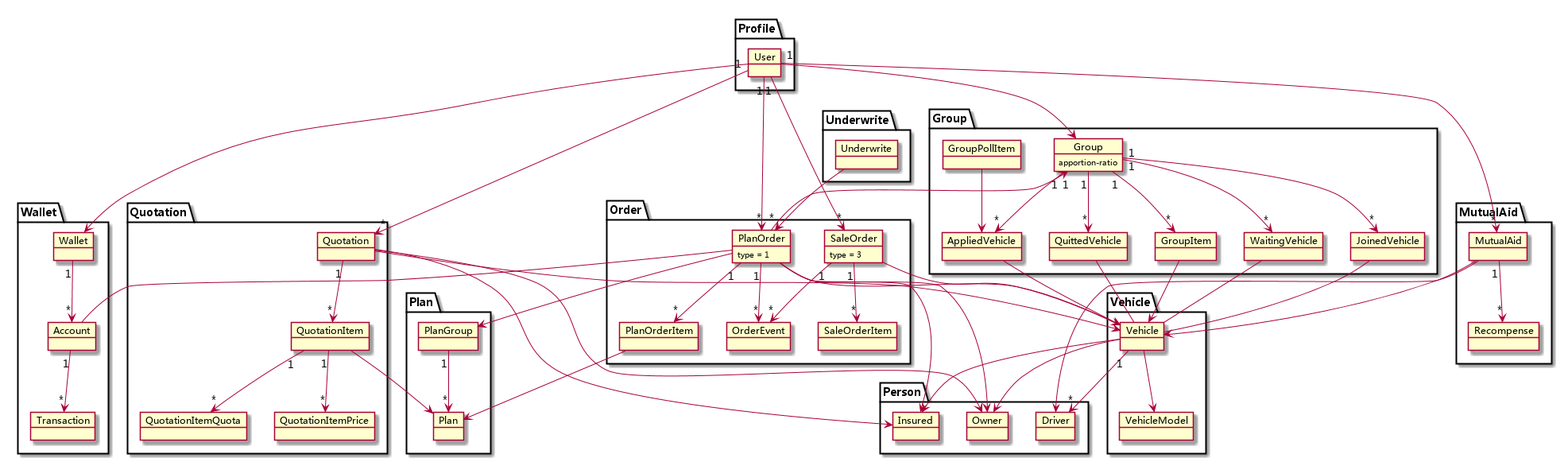
This is img/models.png from titan/hive-mockserver, a PlantUML export, as it was before one commit.
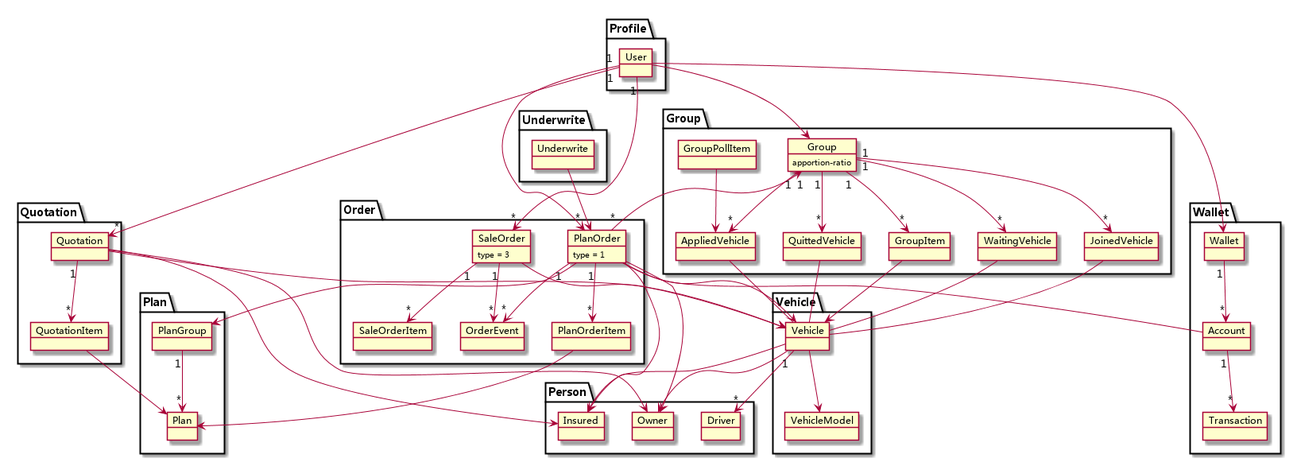
The same file after the commit.

What changed in the source:
```diff
@@ -26,10 +26,6 @@
   object Owner
   object Insured
 }
-package MutualAid {
-  object MutualAid
-  object Recompense
-}
 package Wallet {
   object Wallet
   object Transaction
@@ -49,8 +45,6 @@
 package Quotation {
   object Quotation
   object QuotationItem
-  object QuotationItemQuota
-  object QuotationItemPrice
 }
 package Underwrite {
   object Underwrite
@@ -89,8 +83,6 @@
 
 SaleOrder "1" --> "*" SaleOrderItem
 
-User "1" --> "*" MutualAid
-
 Vehicle --> VehicleModel
 Vehicle "1" -> "*" Driver
 Vehicle -> Owner
@@ -103,14 +95,8 @@
 PlanOrder -> Owner
 PlanOrder -> Insured
 
-MutualAid -> Driver
-MutualAid -> Vehicle
-MutualAid "1" --> "*" Recompense
-
 Quotation "1" --> "*" QuotationItem
 QuotationItem -> Plan
-QuotationItem "1" --> "*" QuotationItemQuota
-QuotationItem "1" --> "*" QuotationItemPrice
 
 Quotation -> Vehicle
 Quotation -> Owner
```
